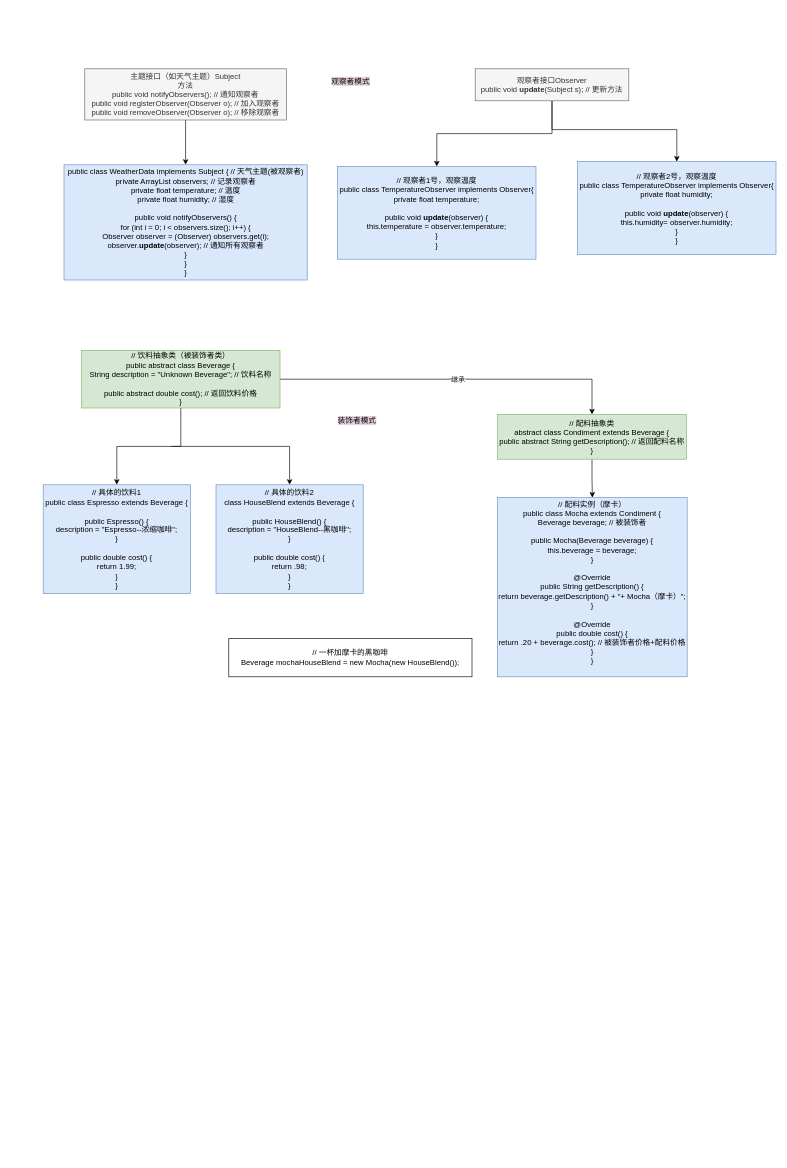
pfc512/WeChat keeps this draw.io diagram as page "第 1 页" (1 of 2) of 设计模式.drawio. Above is the earlier version. Source tidied: cells renumbered, new cells numbered last; positions are measured from the earlier drawing's top-left corner, leaving out a move shared by most shapes. Both pictures are drawn from the tidied source at 64%, with x=0, y=0 at pixel (43, 68).
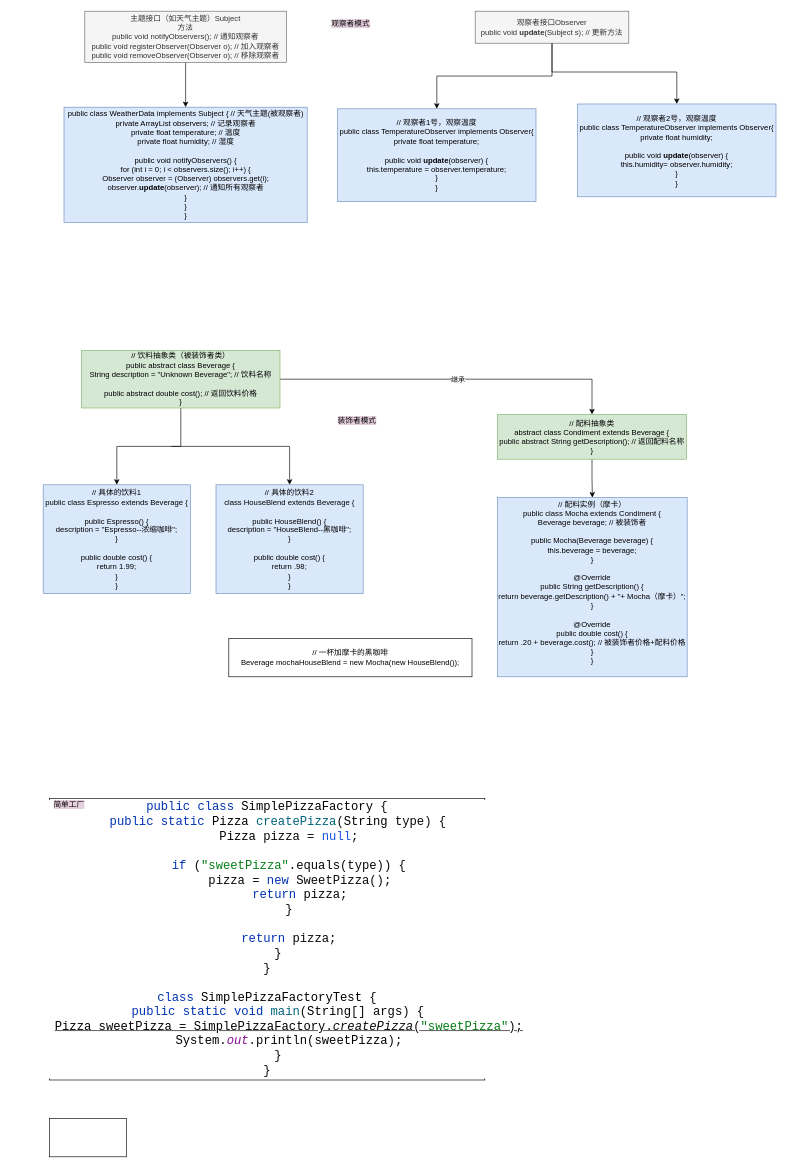
Above is the later version.

Commit message:
更新设计模式.drawio

What changed in the source:
```diff
@@
     <mxCell id="3" value="&lt;font&gt;&lt;font style=&quot;font-size: 12px&quot;&gt;主题接口（如天气主题）Subject&lt;br&gt;方法&lt;br&gt;public void notifyObservers(); // 通知观察者&lt;br&gt;&lt;/font&gt;public void registerObserver(Observer o); // 加入观察者&lt;br&gt;public void removeObserver(Observer o); // 移除观察者&lt;br&gt;&lt;/font&gt;" style="whiteSpace=wrap;html=1;fillColor=#f5f5f5;strokeColor=#666666;fontColor=#333333;" parent="1" vertex="1">
-      <mxGeometry x="65" width="315" height="80" as="geometry" />
+      <mxGeometry x="65" y="-90" width="315" height="80" as="geometry" />
     </mxCell>
     <mxCell id="4" value="public class WeatherData implements Subject { // 天气主题(被观察者)&lt;br&gt;&lt;div&gt;private ArrayList observers; // 记录观察者&lt;/div&gt;&lt;div&gt;&lt;span&gt; &lt;/span&gt;private float temperature; // 温度&lt;/div&gt;&lt;div&gt;&lt;span&gt; &lt;/span&gt;private float humidity; // 湿度&lt;/div&gt;&lt;div&gt;&lt;div&gt;&lt;br&gt;&lt;/div&gt;&lt;div&gt;&lt;span&gt; &lt;/span&gt;public void notifyObservers() {&lt;/div&gt;&lt;div&gt;&lt;span&gt;  &lt;/span&gt;for (int i = 0; i &amp;lt; observers.size(); i++) {&lt;/div&gt;&lt;div&gt;&lt;span&gt;   &lt;/span&gt;Observer observer = (Observer) observers.get(i);&lt;/div&gt;&lt;div&gt;&lt;span&gt;   &lt;/span&gt;observer.&lt;b&gt;update&lt;/b&gt;(&lt;span&gt;observer&lt;/span&gt;&lt;span&gt;); // 通知所有观察者&lt;/span&gt;&lt;/div&gt;&lt;div&gt;&lt;span&gt;  &lt;/span&gt;}&lt;/div&gt;&lt;div&gt;&lt;span&gt; &lt;/span&gt;}&lt;/div&gt;&lt;/div&gt;}" style="whiteSpace=wrap;html=1;fillColor=#dae8fc;strokeColor=#6c8ebf;" parent="1" vertex="1">
-      <mxGeometry x="32.5" y="150" width="380" height="180" as="geometry" />
+      <mxGeometry x="32.5" y="60" width="380" height="180" as="geometry" />
     </mxCell>
@@
     <mxCell id="6" value="&lt;div&gt;观察者接口Observer&lt;/div&gt;&lt;div&gt;&lt;span&gt; &lt;/span&gt;public void &lt;b&gt;update&lt;/b&gt;(Subject s); // 更新方法&lt;/div&gt;" style="whiteSpace=wrap;html=1;fillColor=#f5f5f5;strokeColor=#666666;fontColor=#333333;" parent="1" vertex="1">
-      <mxGeometry x="675" width="240" height="50" as="geometry" />
+      <mxGeometry x="675" y="-90" width="240" height="50" as="geometry" />
     </mxCell>
     <mxCell id="7" value="// 观察者1号，观察温度&lt;br&gt;public class TemperatureObserver&amp;nbsp;implements Observer{&lt;br&gt;&lt;div&gt;private float temperature;&lt;br&gt;&lt;/div&gt;&lt;div&gt;&lt;br&gt;&lt;/div&gt;&lt;div&gt;&lt;span&gt; &lt;/span&gt;public void &lt;b&gt;update&lt;/b&gt;(observer&lt;span&gt;) {&lt;/span&gt;&lt;/div&gt;&lt;div&gt;&lt;/div&gt;this.temperature = observer.temperature;&lt;br&gt;&lt;div&gt;&lt;span&gt; &lt;/span&gt;}&lt;/div&gt;}" style="whiteSpace=wrap;html=1;strokeColor=#6c8ebf;fillColor=#dae8fc;" parent="1" vertex="1">
-      <mxGeometry x="460" y="152.5" width="310" height="145" as="geometry" />
+      <mxGeometry x="460" y="62.5" width="310" height="145" as="geometry" />
     </mxCell>
     <mxCell id="8" style="edgeStyle=orthogonalEdgeStyle;rounded=0;jettySize=auto;html=1;" parent="1" edge="1" target="9">
       <mxGeometry relative="1" as="geometry">
-        <mxPoint x="795" y="50" as="sourcePoint" />
+        <mxPoint x="795" y="-40" as="sourcePoint" />
         <Array as="points">
-          <mxPoint x="795" y="95" />
-          <mxPoint x="990" y="95" />
+          <mxPoint x="795" y="5" />
+          <mxPoint x="990" y="5" />
         </Array>
       </mxGeometry>
     </mxCell>
     <mxCell id="9" value="// 观察者2号，观察温度&lt;br&gt;public class TemperatureObserver&amp;nbsp;implements Observer{&lt;br&gt;&lt;div&gt;private float humidity;&lt;br&gt;&lt;/div&gt;&lt;div&gt;&lt;br&gt;&lt;/div&gt;&lt;div&gt;&lt;span&gt; &lt;/span&gt;public void &lt;b&gt;update&lt;/b&gt;(observer&lt;span&gt;) {&lt;/span&gt;&lt;/div&gt;&lt;div&gt;&lt;/div&gt;this.humidity= observer.humidity;&lt;br&gt;&lt;div&gt;&lt;span&gt; &lt;/span&gt;}&lt;/div&gt;}" style="whiteSpace=wrap;html=1;strokeColor=#6c8ebf;fillColor=#dae8fc;" parent="1" vertex="1">
-      <mxGeometry x="835" y="145" width="310" height="145" as="geometry" />
+      <mxGeometry x="835" y="55" width="310" height="145" as="geometry" />
     </mxCell>
     <mxCell id="10" value="&lt;span style=&quot;background-color: rgb(230 , 208 , 222)&quot;&gt;观察者模式&lt;/span&gt;" style="text;html=1;align=center;verticalAlign=middle;rotation=0;" parent="1" vertex="1">
-      <mxGeometry x="440" y="10" width="80" height="20" as="geometry" />
+      <mxGeometry x="440" y="-80" width="80" height="20" as="geometry" />
     </mxCell>
@@
+    <mxCell id="23" value="&lt;pre style=&quot;background-color: #ffffff ; color: #080808 ; font-family: &amp;#34;宋体&amp;#34; , monospace ; font-size: 14.3pt&quot;&gt;&lt;span style=&quot;color: #0033b3&quot;&gt;public class &lt;/span&gt;&lt;span style=&quot;color: #000000&quot;&gt;SimplePizzaFactory &lt;/span&gt;{&lt;br&gt;   &lt;span style=&quot;color: #0033b3&quot;&gt;public static &lt;/span&gt;&lt;span style=&quot;color: #000000&quot;&gt;Pizza &lt;/span&gt;&lt;span style=&quot;color: #00627a&quot;&gt;createPizza&lt;/span&gt;(&lt;span style=&quot;color: #000000&quot;&gt;String &lt;/span&gt;type) {&lt;br&gt;      &lt;span style=&quot;color: #000000&quot;&gt;Pizza &lt;/span&gt;pizza = &lt;span style=&quot;color: #1750eb&quot;&gt;null&lt;/span&gt;;&lt;br&gt;&lt;br&gt;      &lt;span style=&quot;color: #0033b3&quot;&gt;if &lt;/span&gt;(&lt;span style=&quot;color: #067d17&quot;&gt;&quot;sweetPizza&quot;&lt;/span&gt;.equals(type)) {&lt;br&gt;         pizza = &lt;span style=&quot;color: #0033b3&quot;&gt;new &lt;/span&gt;SweetPizza();&lt;br&gt;         &lt;span style=&quot;color: #0033b3&quot;&gt;return &lt;/span&gt;pizza;&lt;br&gt;      }&lt;br&gt;&lt;br&gt;      &lt;span style=&quot;color: #0033b3&quot;&gt;return &lt;/span&gt;pizza;&lt;br&gt;   }&lt;br&gt;}&lt;br&gt;&lt;br&gt;&lt;span style=&quot;color: #0033b3&quot;&gt;class &lt;/span&gt;&lt;span style=&quot;color: #000000&quot;&gt;SimplePizzaFactoryTest &lt;/span&gt;{&lt;br&gt;   &lt;span style=&quot;color: #0033b3&quot;&gt;public static void &lt;/span&gt;&lt;span style=&quot;color: #00627a&quot;&gt;main&lt;/span&gt;(&lt;span style=&quot;color: #000000&quot;&gt;String&lt;/span&gt;[] args) {&lt;br&gt;      &lt;u&gt;&lt;span style=&quot;color: #000000&quot;&gt;Pizza sweetPizza &lt;/span&gt;= &lt;span style=&quot;color: #000000&quot;&gt;SimplePizzaFactory&lt;/span&gt;.&lt;span style=&quot;font-style: italic&quot;&gt;createPizza&lt;/span&gt;(&lt;span style=&quot;color: #067d17&quot;&gt;&quot;sweetPizza&quot;&lt;/span&gt;);&lt;/u&gt;&lt;br&gt;      &lt;span style=&quot;color: #000000&quot;&gt;System&lt;/span&gt;.&lt;span style=&quot;color: #871094 ; font-style: italic&quot;&gt;out&lt;/span&gt;.println(&lt;span style=&quot;color: #000000&quot;&gt;sweetPizza&lt;/span&gt;);&lt;br&gt;   }&lt;br&gt;}&lt;br&gt;&lt;/pre&gt;" style="whiteSpace=wrap;html=1;" parent="1" vertex="1">
+      <mxGeometry x="10" y="1140" width="680" height="440" as="geometry" />
+    </mxCell>
+    <mxCell id="24" value="&lt;span style=&quot;background-color: rgb(230 , 208 , 222)&quot;&gt;简单工厂&lt;/span&gt;" style="text;html=1;align=center;verticalAlign=middle;" parent="1" vertex="1">
+      <mxGeometry x="10" y="1140" width="60" height="20" as="geometry" />
+    </mxCell>
+    <mxCell id="25" style="whiteSpace=wrap;html=1;" parent="1" vertex="1">
+      <mxGeometry x="10" y="1640" width="120" height="60" as="geometry" />
+    </mxCell>
```
